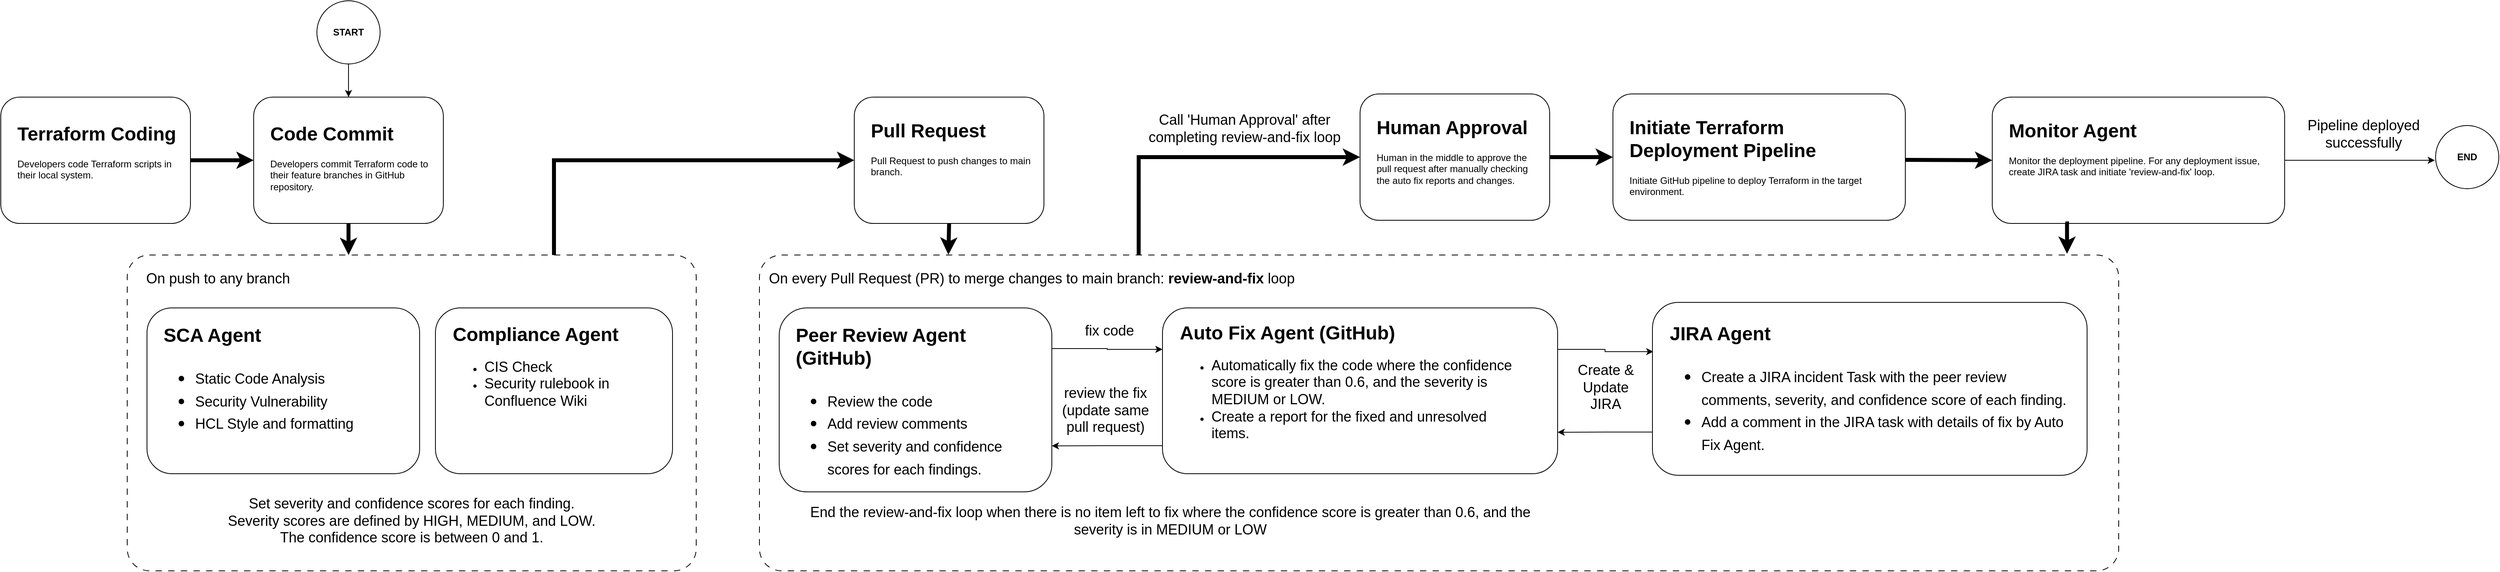
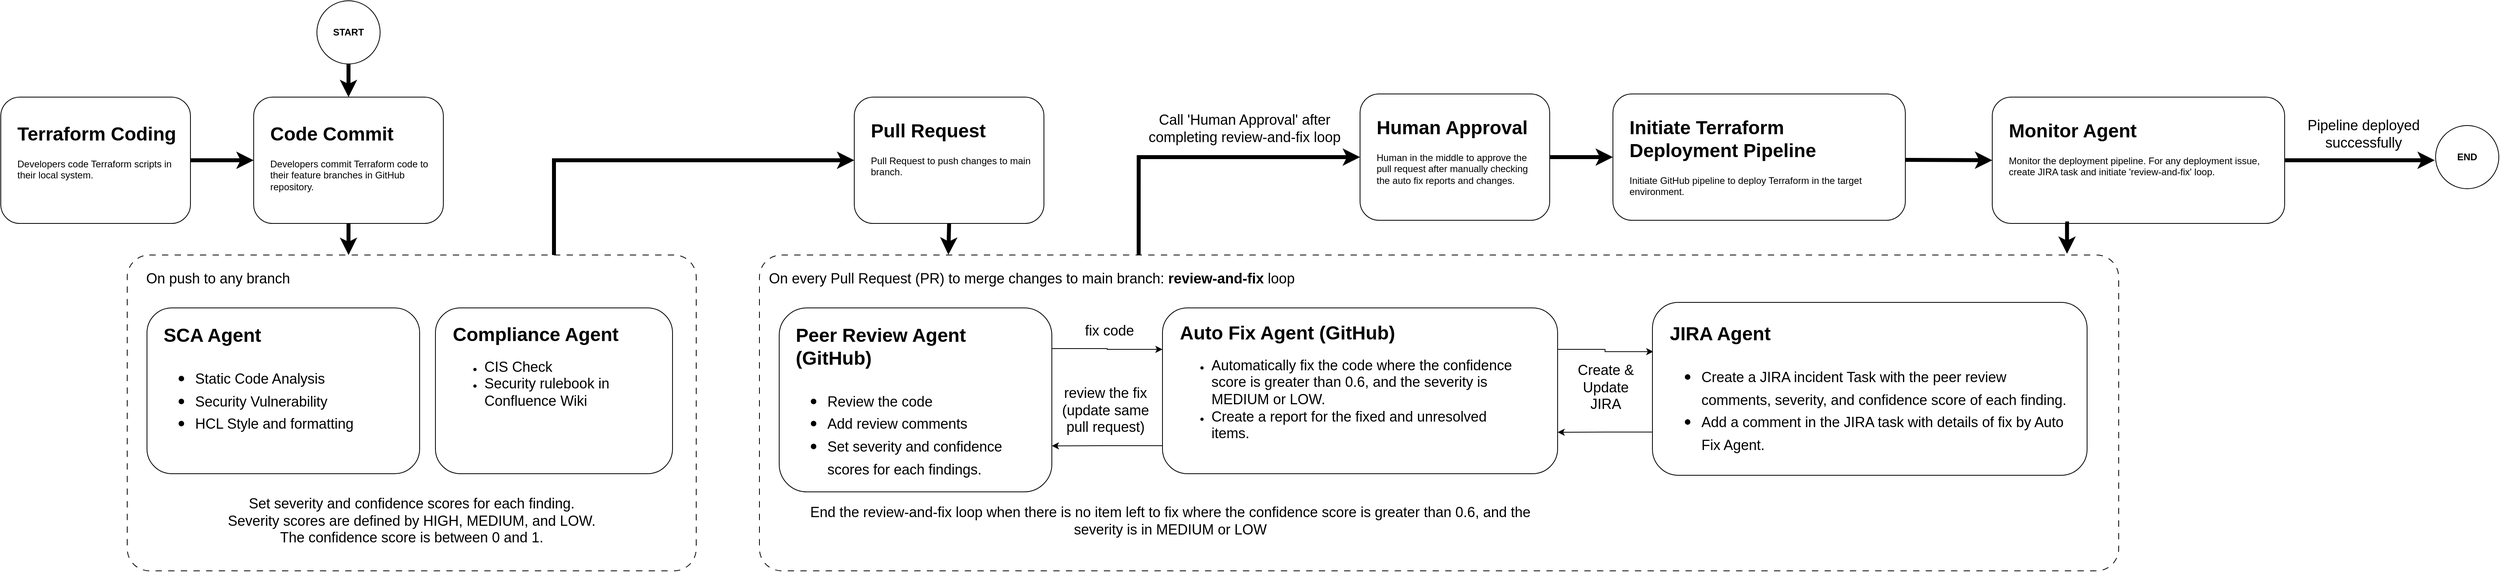
<mxfile host="app.diagrams.net">
  <diagram name="Page-1" id="llQ14HlxIDWXj9B5HY60">
    <mxGraphModel dx="1006" dy="638" grid="1" gridSize="10" guides="1" tooltips="1" connect="1" arrows="1" fold="1" page="1" pageScale="1" pageWidth="850" pageHeight="1100" math="0" shadow="0">
      <root>
        <mxCell id="0" />
        <mxCell id="1" parent="0" />
        <mxCell id="IWc9zJM8tDhvkjJ2dRjy-13" edge="1" parent="1" source="IWc9zJM8tDhvkjJ2dRjy-5" style="edgeStyle=orthogonalEdgeStyle;rounded=0;orthogonalLoop=1;jettySize=auto;html=1;entryX=0;entryY=0.5;entryDx=0;entryDy=0;exitX=0.75;exitY=0;exitDx=0;exitDy=0;strokeWidth=5;" target="IWc9zJM8tDhvkjJ2dRjy-1">
          <mxGeometry relative="1" as="geometry" />
        </mxCell>
        <mxCell id="oJW8UGhNAXkty13G2p3x-1" parent="1" style="rounded=1;whiteSpace=wrap;html=1;" value="" vertex="1">
          <mxGeometry height="160" width="240" x="440" y="200" as="geometry" />
        </mxCell>
        <mxCell id="oJW8UGhNAXkty13G2p3x-3" parent="1" style="text;html=1;whiteSpace=wrap;overflow=hidden;rounded=0;" value="&lt;h1 style=&quot;margin-top: 0px;&quot;&gt;Code Commit&lt;/h1&gt;&lt;p&gt;Developers commit Terraform code to their feature branches in GitHub repository.&lt;/p&gt;" vertex="1">
          <mxGeometry height="100" width="210" x="459" y="226" as="geometry" />
        </mxCell>
        <mxCell id="IWc9zJM8tDhvkjJ2dRjy-35" edge="1" parent="1" source="IWc9zJM8tDhvkjJ2dRjy-14" style="edgeStyle=orthogonalEdgeStyle;rounded=0;orthogonalLoop=1;jettySize=auto;html=1;entryX=0;entryY=0.5;entryDx=0;entryDy=0;exitX=0.279;exitY=0.025;exitDx=0;exitDy=0;exitPerimeter=0;strokeWidth=5;" target="IWc9zJM8tDhvkjJ2dRjy-33">
          <mxGeometry relative="1" as="geometry">
            <Array as="points">
              <mxPoint x="1560" y="276" />
            </Array>
          </mxGeometry>
        </mxCell>
        <mxCell id="IWc9zJM8tDhvkjJ2dRjy-1" parent="1" style="rounded=1;whiteSpace=wrap;html=1;" value="" vertex="1">
          <mxGeometry height="160" width="240" x="1200" y="200" as="geometry" />
        </mxCell>
        <mxCell id="IWc9zJM8tDhvkjJ2dRjy-2" parent="1" style="text;html=1;whiteSpace=wrap;overflow=hidden;rounded=0;" value="&lt;h1 style=&quot;margin-top: 0px;&quot;&gt;Pull Request&lt;/h1&gt;&lt;p&gt;Pull Request to push changes to main branch.&lt;/p&gt;" vertex="1">
          <mxGeometry height="100" width="210" x="1219" y="222" as="geometry" />
        </mxCell>
        <mxCell id="IWc9zJM8tDhvkjJ2dRjy-12" edge="1" parent="1" source="IWc9zJM8tDhvkjJ2dRjy-3" style="edgeStyle=orthogonalEdgeStyle;rounded=0;orthogonalLoop=1;jettySize=auto;html=1;exitX=1;exitY=0.5;exitDx=0;exitDy=0;entryX=0;entryY=0.5;entryDx=0;entryDy=0;strokeWidth=5;" target="oJW8UGhNAXkty13G2p3x-1">
          <mxGeometry relative="1" as="geometry" />
        </mxCell>
        <mxCell id="IWc9zJM8tDhvkjJ2dRjy-3" parent="1" style="rounded=1;whiteSpace=wrap;html=1;" value="" vertex="1">
          <mxGeometry height="160" width="240" x="120" y="200" as="geometry" />
        </mxCell>
        <mxCell id="IWc9zJM8tDhvkjJ2dRjy-4" parent="1" style="text;html=1;whiteSpace=wrap;overflow=hidden;rounded=0;" value="&lt;h1 style=&quot;margin-top: 0px;&quot;&gt;Terraform Coding&lt;/h1&gt;&lt;p&gt;Developers code Terraform scripts in their local system.&lt;/p&gt;" vertex="1">
          <mxGeometry height="100" width="210" x="139" y="226" as="geometry" />
        </mxCell>
        <mxCell id="IWc9zJM8tDhvkjJ2dRjy-5" parent="1" style="rounded=1;whiteSpace=wrap;html=1;arcSize=7;dashed=1;dashPattern=8 8;" value="" vertex="1">
          <mxGeometry height="400" width="720" x="280" y="400" as="geometry" />
        </mxCell>
        <mxCell id="IWc9zJM8tDhvkjJ2dRjy-6" parent="1" style="text;html=1;whiteSpace=wrap;strokeColor=none;fillColor=none;align=center;verticalAlign=middle;rounded=0;" value="&lt;font style=&quot;font-size: 18px;&quot;&gt;On push to any branch&lt;/font&gt;" vertex="1">
          <mxGeometry height="30" width="210" x="290" y="415" as="geometry" />
        </mxCell>
        <mxCell id="IWc9zJM8tDhvkjJ2dRjy-7" parent="1" style="rounded=1;whiteSpace=wrap;html=1;" value="" vertex="1">
          <mxGeometry height="210" width="345" x="305" y="467" as="geometry" />
        </mxCell>
        <mxCell id="IWc9zJM8tDhvkjJ2dRjy-8" parent="1" style="text;html=1;whiteSpace=wrap;overflow=hidden;rounded=0;" value="&lt;h1 style=&quot;margin-top: 0px;&quot;&gt;SCA Agent&lt;/h1&gt;&lt;h1 style=&quot;margin-top: 0px;&quot;&gt;&lt;p style=&quot;font-size: 12px; font-weight: 400;&quot;&gt;&lt;/p&gt;&lt;ul&gt;&lt;li&gt;&lt;span style=&quot;font-size: 18px; font-weight: normal;&quot;&gt;Static Code Analysis&lt;/span&gt;&lt;/li&gt;&lt;li&gt;&lt;span style=&quot;font-size: 18px; font-weight: normal;&quot;&gt;Security Vulnerability&lt;/span&gt;&lt;/li&gt;&lt;li&gt;&lt;span style=&quot;font-size: 18px; font-weight: normal;&quot;&gt;HCL Style and formatting&lt;/span&gt;&lt;/li&gt;&lt;/ul&gt;&lt;p&gt;&lt;/p&gt;&lt;/h1&gt;" vertex="1">
          <mxGeometry height="183" width="306" x="324" y="481" as="geometry" />
        </mxCell>
        <mxCell id="IWc9zJM8tDhvkjJ2dRjy-9" parent="1" style="rounded=1;whiteSpace=wrap;html=1;" value="" vertex="1">
          <mxGeometry height="210" width="300" x="670" y="467" as="geometry" />
        </mxCell>
        <mxCell id="IWc9zJM8tDhvkjJ2dRjy-10" parent="1" style="text;html=1;whiteSpace=wrap;overflow=hidden;rounded=0;" value="&lt;h1 style=&quot;margin-top: 0px;&quot;&gt;Compliance Agent&lt;/h1&gt;&lt;p&gt;&lt;/p&gt;&lt;ul&gt;&lt;li&gt;&lt;span style=&quot;font-size: 18px;&quot;&gt;CIS Check&lt;/span&gt;&lt;/li&gt;&lt;li&gt;&lt;span style=&quot;font-size: 18px;&quot;&gt;Security rulebook in Confluence Wiki&lt;/span&gt;&lt;/li&gt;&lt;/ul&gt;&lt;p&gt;&lt;/p&gt;" vertex="1">
          <mxGeometry height="180" width="269" x="690" y="480" as="geometry" />
        </mxCell>
        <mxCell id="IWc9zJM8tDhvkjJ2dRjy-11" edge="1" parent="1" source="oJW8UGhNAXkty13G2p3x-1" style="edgeStyle=orthogonalEdgeStyle;rounded=0;orthogonalLoop=1;jettySize=auto;html=1;exitX=0.5;exitY=1;exitDx=0;exitDy=0;entryX=0.389;entryY=0;entryDx=0;entryDy=0;entryPerimeter=0;strokeWidth=5;" target="IWc9zJM8tDhvkjJ2dRjy-5">
          <mxGeometry relative="1" as="geometry" />
        </mxCell>
        <mxCell id="IWc9zJM8tDhvkjJ2dRjy-14" parent="1" style="rounded=1;whiteSpace=wrap;html=1;arcSize=7;dashed=1;dashPattern=8 8;" value="" vertex="1">
          <mxGeometry height="400" width="1720" x="1080" y="400" as="geometry" />
        </mxCell>
        <mxCell id="IWc9zJM8tDhvkjJ2dRjy-15" parent="1" style="text;html=1;whiteSpace=wrap;strokeColor=none;fillColor=none;align=left;verticalAlign=middle;rounded=0;" value="&lt;font style=&quot;font-size: 18px;&quot;&gt;On every Pull Request (PR) to merge changes to main branch: &lt;b&gt;review-and-fix &lt;/b&gt;loop&lt;/font&gt;" vertex="1">
          <mxGeometry height="30" width="740" x="1090" y="415" as="geometry" />
        </mxCell>
        <mxCell id="IWc9zJM8tDhvkjJ2dRjy-22" edge="1" parent="1" source="IWc9zJM8tDhvkjJ2dRjy-16" style="edgeStyle=orthogonalEdgeStyle;rounded=0;orthogonalLoop=1;jettySize=auto;html=1;exitX=1;exitY=0.221;exitDx=0;exitDy=0;entryX=0;entryY=0.25;entryDx=0;entryDy=0;exitPerimeter=0;" target="IWc9zJM8tDhvkjJ2dRjy-18">
          <mxGeometry relative="1" as="geometry" />
        </mxCell>
        <mxCell id="IWc9zJM8tDhvkjJ2dRjy-16" parent="1" style="rounded=1;whiteSpace=wrap;html=1;" value="" vertex="1">
          <mxGeometry height="233" width="345" x="1105" y="467" as="geometry" />
        </mxCell>
        <mxCell id="IWc9zJM8tDhvkjJ2dRjy-17" parent="1" style="text;html=1;whiteSpace=wrap;overflow=hidden;rounded=0;" value="&lt;h1 style=&quot;margin-top: 0px;&quot;&gt;Peer Review Agent (GitHub)&lt;/h1&gt;&lt;h1 style=&quot;margin-top: 0px;&quot;&gt;&lt;p style=&quot;font-size: 12px; font-weight: 400;&quot;&gt;&lt;/p&gt;&lt;ul&gt;&lt;li&gt;&lt;span style=&quot;font-size: 18px; font-weight: 400;&quot;&gt;Review the code&lt;/span&gt;&lt;/li&gt;&lt;li&gt;&lt;span style=&quot;font-size: 18px; font-weight: 400;&quot;&gt;Add review comments&lt;/span&gt;&lt;/li&gt;&lt;li&gt;&lt;span style=&quot;font-size: 18px; font-weight: 400;&quot;&gt;Set severity and confidence scores for each findings.&lt;/span&gt;&lt;/li&gt;&lt;/ul&gt;&lt;p&gt;&lt;/p&gt;&lt;/h1&gt;" vertex="1">
          <mxGeometry height="209" width="306" x="1124" y="481" as="geometry" />
        </mxCell>
        <mxCell id="IWc9zJM8tDhvkjJ2dRjy-23" edge="1" parent="1" source="IWc9zJM8tDhvkjJ2dRjy-18" style="edgeStyle=orthogonalEdgeStyle;rounded=0;orthogonalLoop=1;jettySize=auto;html=1;exitX=0;exitY=0.831;exitDx=0;exitDy=0;entryX=1;entryY=0.75;entryDx=0;entryDy=0;exitPerimeter=0;" target="IWc9zJM8tDhvkjJ2dRjy-16">
          <mxGeometry relative="1" as="geometry" />
        </mxCell>
        <mxCell id="IWc9zJM8tDhvkjJ2dRjy-31" edge="1" parent="1" source="IWc9zJM8tDhvkjJ2dRjy-18" style="edgeStyle=orthogonalEdgeStyle;rounded=0;orthogonalLoop=1;jettySize=auto;html=1;exitX=1;exitY=0.25;exitDx=0;exitDy=0;entryX=0.002;entryY=0.285;entryDx=0;entryDy=0;entryPerimeter=0;" target="IWc9zJM8tDhvkjJ2dRjy-27">
          <mxGeometry relative="1" as="geometry" />
        </mxCell>
        <mxCell id="IWc9zJM8tDhvkjJ2dRjy-18" parent="1" style="rounded=1;whiteSpace=wrap;html=1;" value="" vertex="1">
          <mxGeometry height="210" width="500" x="1590" y="467" as="geometry" />
        </mxCell>
        <mxCell id="IWc9zJM8tDhvkjJ2dRjy-19" parent="1" style="text;html=1;whiteSpace=wrap;overflow=hidden;rounded=0;" value="&lt;h1 style=&quot;margin-top: 0px;&quot;&gt;Auto Fix Agent (GitHub)&lt;/h1&gt;&lt;p&gt;&lt;/p&gt;&lt;ul&gt;&lt;li&gt;&lt;span style=&quot;font-size: 18px;&quot;&gt;Automatically fix the code where the confidence score is greater than 0.6, and the severity is MEDIUM or LOW.&amp;nbsp;&lt;/span&gt;&lt;/li&gt;&lt;li&gt;&lt;span style=&quot;font-size: 18px;&quot;&gt;Create a report for the fixed and unresolved items.&lt;/span&gt;&lt;/li&gt;&lt;/ul&gt;&lt;p&gt;&lt;/p&gt;" vertex="1">
          <mxGeometry height="192" width="440" x="1610" y="478" as="geometry" />
        </mxCell>
        <mxCell id="IWc9zJM8tDhvkjJ2dRjy-20" parent="1" style="text;whiteSpace=wrap;fontSize=18;align=center;" value="Set severity and confidence scores for each finding.&#xa;Severity scores are defined by HIGH, MEDIUM, and LOW.&#xa;The confidence score is between 0 and 1." vertex="1">
          <mxGeometry height="77" width="640" x="320" y="698" as="geometry" />
        </mxCell>
        <mxCell id="IWc9zJM8tDhvkjJ2dRjy-21" edge="1" parent="1" source="IWc9zJM8tDhvkjJ2dRjy-1" style="edgeStyle=orthogonalEdgeStyle;rounded=0;orthogonalLoop=1;jettySize=auto;html=1;exitX=0.5;exitY=1;exitDx=0;exitDy=0;entryX=0.139;entryY=-0.001;entryDx=0;entryDy=0;entryPerimeter=0;strokeWidth=5;" target="IWc9zJM8tDhvkjJ2dRjy-14">
          <mxGeometry relative="1" as="geometry" />
        </mxCell>
        <mxCell id="IWc9zJM8tDhvkjJ2dRjy-24" parent="1" style="text;html=1;whiteSpace=wrap;strokeColor=none;fillColor=none;align=center;verticalAlign=middle;rounded=0;" value="&lt;font style=&quot;font-size: 18px;&quot;&gt;fix code&lt;/font&gt;" vertex="1">
          <mxGeometry height="30" width="82" x="1482" y="481" as="geometry" />
        </mxCell>
        <mxCell id="IWc9zJM8tDhvkjJ2dRjy-25" parent="1" style="text;html=1;whiteSpace=wrap;strokeColor=none;fillColor=none;align=center;verticalAlign=middle;rounded=0;" value="&lt;font style=&quot;font-size: 18px;&quot;&gt;review the fix (update same pull request)&lt;/font&gt;" vertex="1">
          <mxGeometry height="67" width="120" x="1458" y="563" as="geometry" />
        </mxCell>
        <mxCell id="IWc9zJM8tDhvkjJ2dRjy-26" parent="1" style="text;html=1;whiteSpace=wrap;strokeColor=none;fillColor=none;align=center;verticalAlign=middle;rounded=0;" value="&lt;font style=&quot;font-size: 18px;&quot;&gt;End the review-and-fix loop when there is no item left to fix where the confidence score is greater than 0.6, and the severity is in MEDIUM or LOW&lt;/font&gt;" vertex="1">
          <mxGeometry height="50" width="980" x="1110" y="711.5" as="geometry" />
        </mxCell>
        <mxCell id="IWc9zJM8tDhvkjJ2dRjy-30" edge="1" parent="1" source="IWc9zJM8tDhvkjJ2dRjy-27" style="edgeStyle=orthogonalEdgeStyle;rounded=0;orthogonalLoop=1;jettySize=auto;html=1;exitX=0;exitY=0.75;exitDx=0;exitDy=0;entryX=1;entryY=0.75;entryDx=0;entryDy=0;" target="IWc9zJM8tDhvkjJ2dRjy-18">
          <mxGeometry relative="1" as="geometry" />
        </mxCell>
        <mxCell id="IWc9zJM8tDhvkjJ2dRjy-27" parent="1" style="rounded=1;whiteSpace=wrap;html=1;" value="" vertex="1">
          <mxGeometry height="219" width="550" x="2210" y="460" as="geometry" />
        </mxCell>
        <mxCell id="IWc9zJM8tDhvkjJ2dRjy-28" parent="1" style="text;html=1;whiteSpace=wrap;overflow=hidden;rounded=0;" value="&lt;h1 style=&quot;margin-top: 0px;&quot;&gt;JIRA Agent&lt;/h1&gt;&lt;h1 style=&quot;margin-top: 0px;&quot;&gt;&lt;p style=&quot;font-size: 12px; font-weight: 400;&quot;&gt;&lt;/p&gt;&lt;ul&gt;&lt;li&gt;&lt;span style=&quot;font-size: 18px; font-weight: 400;&quot;&gt;Create a JIRA incident Task with the peer review comments, severity, and confidence score of each finding.&lt;/span&gt;&lt;/li&gt;&lt;li&gt;&lt;span style=&quot;font-size: 18px; font-weight: 400;&quot;&gt;Add a comment in the JIRA task with details of fix by Auto Fix Agent.&lt;/span&gt;&lt;/li&gt;&lt;/ul&gt;&lt;p&gt;&lt;/p&gt;&lt;/h1&gt;" vertex="1">
          <mxGeometry height="191" width="510" x="2230" y="479" as="geometry" />
        </mxCell>
        <mxCell id="IWc9zJM8tDhvkjJ2dRjy-32" parent="1" style="text;html=1;whiteSpace=wrap;strokeColor=none;fillColor=none;align=center;verticalAlign=middle;rounded=0;" value="&lt;font style=&quot;font-size: 18px;&quot;&gt;Create &amp;amp; Update JIRA&lt;/font&gt;" vertex="1">
          <mxGeometry height="57.5" width="102" x="2100" y="539" as="geometry" />
        </mxCell>
        <mxCell id="IWc9zJM8tDhvkjJ2dRjy-39" edge="1" parent="1" source="IWc9zJM8tDhvkjJ2dRjy-33" style="edgeStyle=orthogonalEdgeStyle;rounded=0;orthogonalLoop=1;jettySize=auto;html=1;exitX=1;exitY=0.5;exitDx=0;exitDy=0;entryX=0;entryY=0.5;entryDx=0;entryDy=0;strokeWidth=5;" target="IWc9zJM8tDhvkjJ2dRjy-37">
          <mxGeometry relative="1" as="geometry" />
        </mxCell>
        <mxCell id="IWc9zJM8tDhvkjJ2dRjy-33" parent="1" style="rounded=1;whiteSpace=wrap;html=1;" value="" vertex="1">
          <mxGeometry height="160" width="240" x="1840" y="196" as="geometry" />
        </mxCell>
        <mxCell id="IWc9zJM8tDhvkjJ2dRjy-34" parent="1" style="text;html=1;whiteSpace=wrap;overflow=hidden;rounded=0;" value="&lt;h1 style=&quot;margin-top: 0px;&quot;&gt;Human Approval&lt;/h1&gt;&lt;p&gt;Human in the middle to approve the pull request after manually checking the auto fix reports and changes.&amp;nbsp;&lt;/p&gt;" vertex="1">
          <mxGeometry height="100" width="210" x="1859" y="218" as="geometry" />
        </mxCell>
        <mxCell id="IWc9zJM8tDhvkjJ2dRjy-36" parent="1" style="text;html=1;whiteSpace=wrap;strokeColor=none;fillColor=none;align=center;verticalAlign=middle;rounded=0;" value="&lt;font style=&quot;font-size: 18px;&quot;&gt;Call &#39;Human Approval&#39; after completing review-and-fix loop&lt;/font&gt;" vertex="1">
          <mxGeometry height="60" width="248" x="1570" y="210" as="geometry" />
        </mxCell>
        <mxCell id="IWc9zJM8tDhvkjJ2dRjy-37" parent="1" style="rounded=1;whiteSpace=wrap;html=1;" value="" vertex="1">
          <mxGeometry height="160" width="370" x="2160" y="196" as="geometry" />
        </mxCell>
        <mxCell id="IWc9zJM8tDhvkjJ2dRjy-38" parent="1" style="text;html=1;whiteSpace=wrap;overflow=hidden;rounded=0;" value="&lt;h1 style=&quot;margin-top: 0px;&quot;&gt;Initiate Terraform Deployment Pipeline&lt;/h1&gt;&lt;p&gt;Initiate GitHub pipeline to deploy Terraform in the target environment.&amp;nbsp;&amp;nbsp;&lt;/p&gt;" vertex="1">
          <mxGeometry height="112" width="341" x="2179" y="218" as="geometry" />
        </mxCell>
-         <mxCell id="IWc9zJM8tDhvkjJ2dRjy-41" edge="1" parent="1" source="IWc9zJM8tDhvkjJ2dRjy-40" style="edgeStyle=orthogonalEdgeStyle;rounded=0;orthogonalLoop=1;jettySize=auto;html=1;exitX=0.5;exitY=1;exitDx=0;exitDy=0;entryX=0.5;entryY=0;entryDx=0;entryDy=0;" target="oJW8UGhNAXkty13G2p3x-1">
+         <mxCell id="IWc9zJM8tDhvkjJ2dRjy-41" edge="1" parent="1" source="IWc9zJM8tDhvkjJ2dRjy-40" style="edgeStyle=orthogonalEdgeStyle;rounded=0;orthogonalLoop=1;jettySize=auto;html=1;exitX=0.5;exitY=1;exitDx=0;exitDy=0;entryX=0.5;entryY=0;entryDx=0;entryDy=0;strokeWidth=5;" target="oJW8UGhNAXkty13G2p3x-1">
          <mxGeometry relative="1" as="geometry" />
        </mxCell>
        <mxCell id="IWc9zJM8tDhvkjJ2dRjy-40" parent="1" style="ellipse;whiteSpace=wrap;html=1;aspect=fixed;fontStyle=1" value="START" vertex="1">
          <mxGeometry height="80" width="80" x="520" y="78" as="geometry" />
        </mxCell>
-         <mxCell id="IWc9zJM8tDhvkjJ2dRjy-47" edge="1" parent="1" source="IWc9zJM8tDhvkjJ2dRjy-42" style="edgeStyle=orthogonalEdgeStyle;rounded=0;orthogonalLoop=1;jettySize=auto;html=1;exitX=1;exitY=0.5;exitDx=0;exitDy=0;">
+         <mxCell id="IWc9zJM8tDhvkjJ2dRjy-47" edge="1" parent="1" source="IWc9zJM8tDhvkjJ2dRjy-42" style="edgeStyle=orthogonalEdgeStyle;rounded=0;orthogonalLoop=1;jettySize=auto;html=1;exitX=1;exitY=0.5;exitDx=0;exitDy=0;strokeWidth=5;">
          <mxGeometry relative="1" as="geometry">
            <mxPoint x="3200" y="280" as="targetPoint" />
          </mxGeometry>
        </mxCell>
        <mxCell id="IWc9zJM8tDhvkjJ2dRjy-42" parent="1" style="rounded=1;whiteSpace=wrap;html=1;" value="" vertex="1">
          <mxGeometry height="160" width="370" x="2640" y="200" as="geometry" />
        </mxCell>
        <mxCell id="IWc9zJM8tDhvkjJ2dRjy-43" parent="1" style="text;html=1;whiteSpace=wrap;overflow=hidden;rounded=0;" value="&lt;h1 style=&quot;margin-top: 0px;&quot;&gt;Monitor Agent&lt;/h1&gt;&lt;p&gt;Monitor the deployment pipeline.&amp;nbsp;&lt;span style=&quot;background-color: transparent; color: light-dark(rgb(0, 0, 0), rgb(255, 255, 255));&quot;&gt;F&lt;/span&gt;&lt;span style=&quot;background-color: transparent; color: light-dark(rgb(0, 0, 0), rgb(255, 255, 255));&quot;&gt;or any deployment issue, create JIRA task and initiate &#39;review-and-fix&#39; loop.&lt;/span&gt;&lt;/p&gt;" vertex="1">
          <mxGeometry height="112" width="341" x="2659" y="222" as="geometry" />
        </mxCell>
        <mxCell id="IWc9zJM8tDhvkjJ2dRjy-44" edge="1" parent="1" style="edgeStyle=orthogonalEdgeStyle;rounded=0;orthogonalLoop=1;jettySize=auto;html=1;exitX=1;exitY=0.5;exitDx=0;exitDy=0;entryX=0;entryY=0.5;entryDx=0;entryDy=0;strokeWidth=5;" target="IWc9zJM8tDhvkjJ2dRjy-42">
          <mxGeometry relative="1" as="geometry">
            <mxPoint x="2530" y="279.5" as="sourcePoint" />
            <mxPoint x="2610" y="279.5" as="targetPoint" />
          </mxGeometry>
        </mxCell>
        <mxCell id="IWc9zJM8tDhvkjJ2dRjy-45" edge="1" parent="1" source="IWc9zJM8tDhvkjJ2dRjy-42" style="edgeStyle=orthogonalEdgeStyle;rounded=0;orthogonalLoop=1;jettySize=auto;html=1;exitX=0.25;exitY=1;exitDx=0;exitDy=0;entryX=0.962;entryY=-0.004;entryDx=0;entryDy=0;entryPerimeter=0;strokeWidth=5;" target="IWc9zJM8tDhvkjJ2dRjy-14">
          <mxGeometry relative="1" as="geometry" />
        </mxCell>
        <mxCell id="IWc9zJM8tDhvkjJ2dRjy-46" parent="1" style="ellipse;whiteSpace=wrap;html=1;aspect=fixed;fontStyle=1" value="END" vertex="1">
          <mxGeometry height="80" width="80" x="3201" y="236" as="geometry" />
        </mxCell>
        <mxCell id="IWc9zJM8tDhvkjJ2dRjy-48" parent="1" style="text;html=1;whiteSpace=wrap;strokeColor=none;fillColor=none;align=center;verticalAlign=middle;rounded=0;" value="&lt;font style=&quot;font-size: 18px;&quot;&gt;Pipeline deployed successfully&lt;/font&gt;" vertex="1">
          <mxGeometry height="57.5" width="160" x="3030" y="218" as="geometry" />
        </mxCell>
      </root>
    </mxGraphModel>
  </diagram>
</mxfile>
